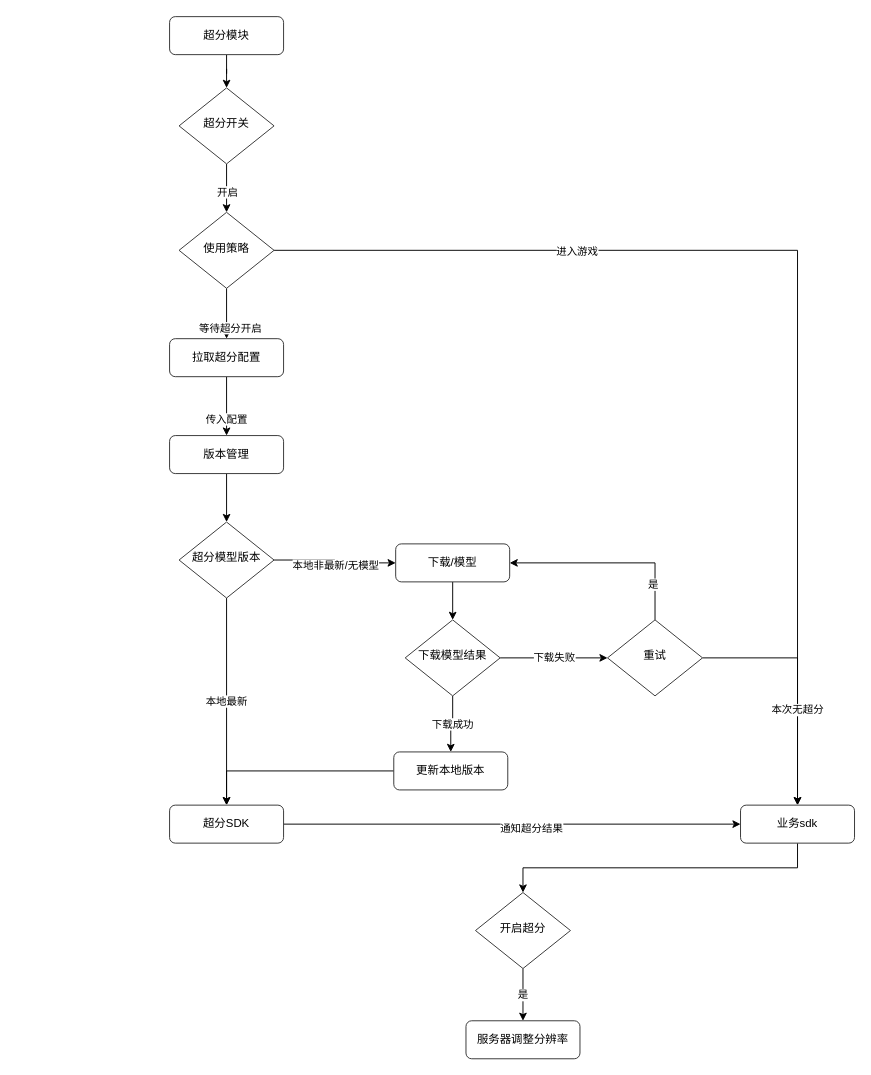
The draw.io diagram 超分功能模块流程.drawio in Eveninger/draw.io, before the edit. Source tidied: cells renumbered, new cells numbered last; positions are measured from the earlier drawing's top-left corner, leaving out a move shared by most shapes. Both pictures are drawn from the tidied source at 95%, with x=0, y=0 at pixel (169, 16).
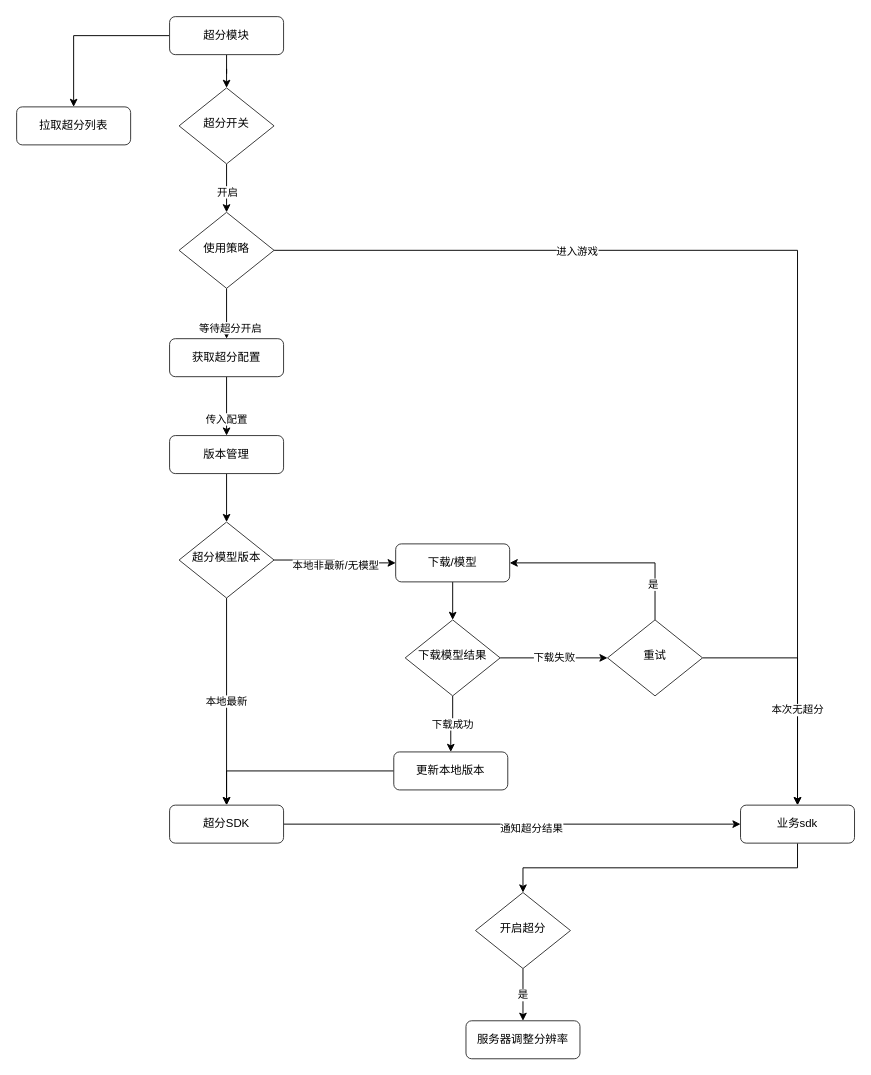
The same diagram, later.

Commit message (it also covers changes not shown here):
feat: 更新超分功能模块流程.drawio

The change refers to these unchanged cells:
```xml
<mxCell id="3" value="超分模块" style="rounded=1;whiteSpace=wrap;html=1;fontSize=12;glass=0;strokeWidth=1;shadow=0;strokeColor=#333333;" parent="1" vertex="1">
  <mxGeometry width="120" height="40" as="geometry" />
</mxCell>
```

What changed in the source:
```diff
@@
+    <mxCell id="42" style="edgeStyle=orthogonalEdgeStyle;rounded=0;jettySize=auto;html=1;entryX=0.5;entryY=0;entryDx=0;entryDy=0;" parent="1" edge="1" source="3" target="43">
+      <mxGeometry relative="1" as="geometry" />
+    </mxCell>
@@
-    <mxCell id="13" value="拉取超分配置" style="rounded=1;whiteSpace=wrap;html=1;fontSize=12;glass=0;strokeWidth=1;shadow=0;strokeColor=#333333;" parent="1" vertex="1">
+    <mxCell id="13" value="获取超分配置" style="rounded=1;whiteSpace=wrap;html=1;fontSize=12;glass=0;strokeWidth=1;shadow=0;strokeColor=#333333;" parent="1" vertex="1">
       <mxGeometry y="339" width="120" height="40" as="geometry" />
     </mxCell>
@@
+    <mxCell id="43" value="拉取超分列表" style="rounded=1;whiteSpace=wrap;html=1;fontSize=12;glass=0;strokeWidth=1;shadow=0;strokeColor=#333333;" parent="1" vertex="1">
+      <mxGeometry x="-161" y="95" width="120" height="40" as="geometry" />
+    </mxCell>
```
